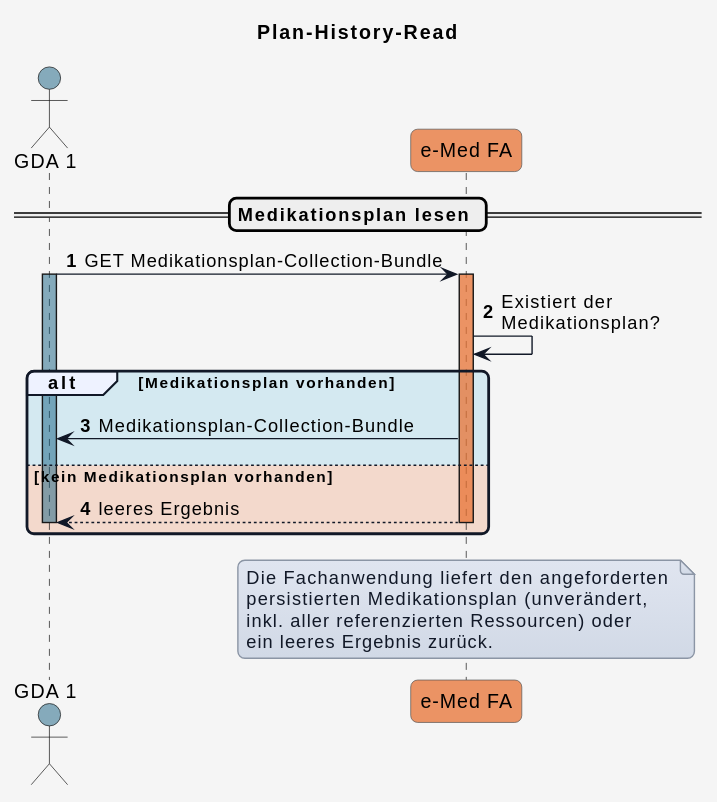
Before: input/images/plantuml/UC_eMed_05_01.svg, a diagram exported from PlantUML (HL7Austria/ELGA-e-Medikation-R4).
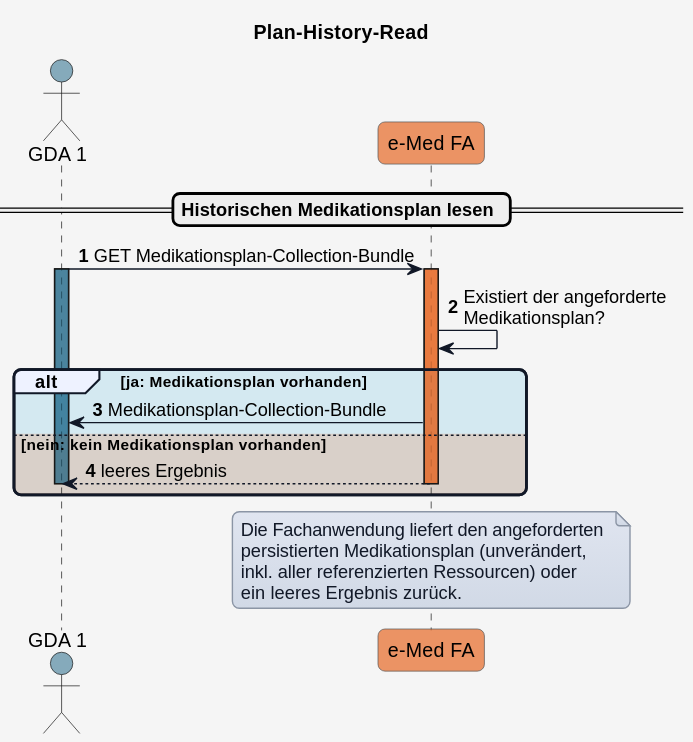
Later version of the same file.

Diff of the diagram source:
```diff
@@ -55,17 +55,17 @@
 
 autonumber
 
-== Medikationsplan lesen ==
+== Historischen Medikationsplan lesen ==
 
 GDA_1 -> eMed_FA: GET Medikationsplan-Collection-Bundle
 activate GDA_1 COLOR_GDA_1
 
 activate eMed_FA COLOR_EMED_FA
-eMed_FA -> eMed_FA: Existiert der\nMedikationsplan?
+eMed_FA -> eMed_FA: Existiert der angeforderte\nMedikationsplan?
 
-alt COLOR_OK Medikationsplan vorhanden
+alt COLOR_OK ja: Medikationsplan vorhanden
   eMed_FA -> GDA_1: Medikationsplan-Collection-Bundle
-else COLOR_ERROR kein Medikationsplan vorhanden
+else COLOR_ERROR nein: kein Medikationsplan vorhanden
   eMed_FA --> GDA_1: leeres Ergebnis
   deactivate GDA_1
   deactivate eMed_FA
```
